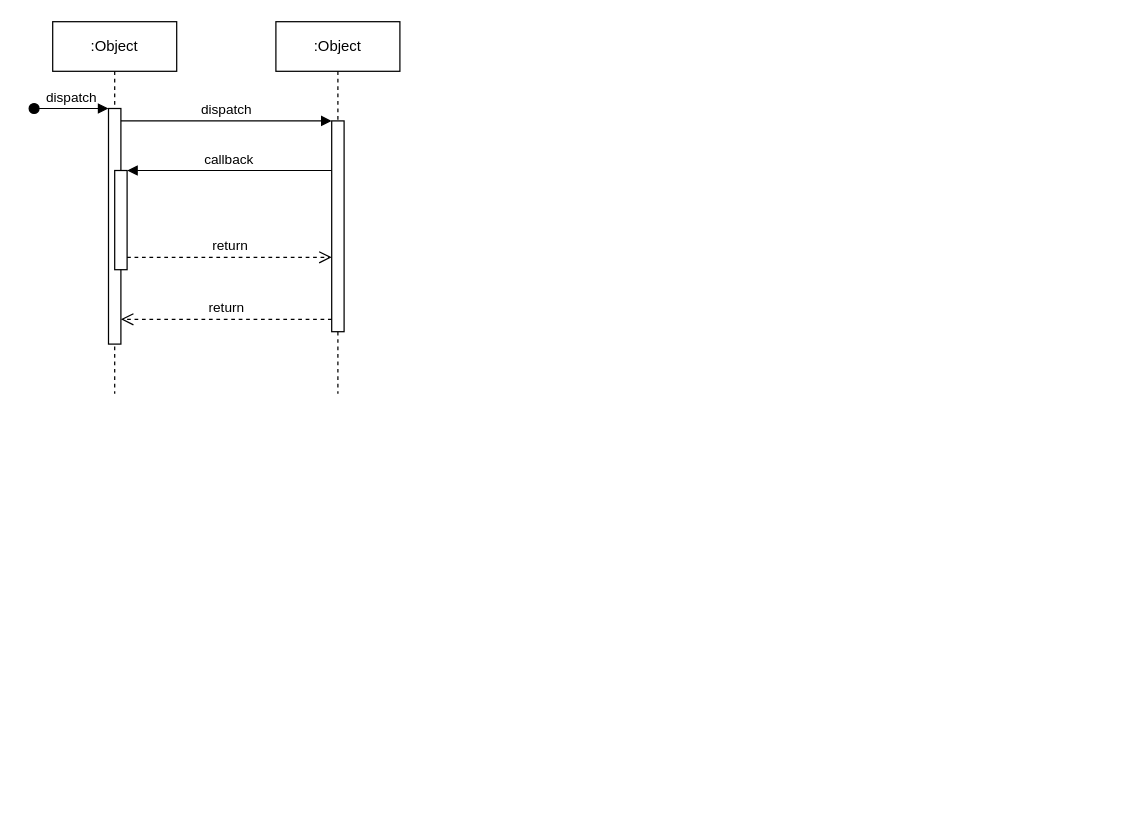
Dulara-Akalanka/Group-Software-Project keeps this draw.io diagram as sequenses diagram.drawio. Above is the earlier version. Source tidied: cells renumbered, new cells numbered last; positions are measured from the earlier drawing's top-left corner, leaving out a move shared by most shapes. Both pictures are drawn from the tidied source at 124%, with x=0, y=0 at pixel (33, 21).
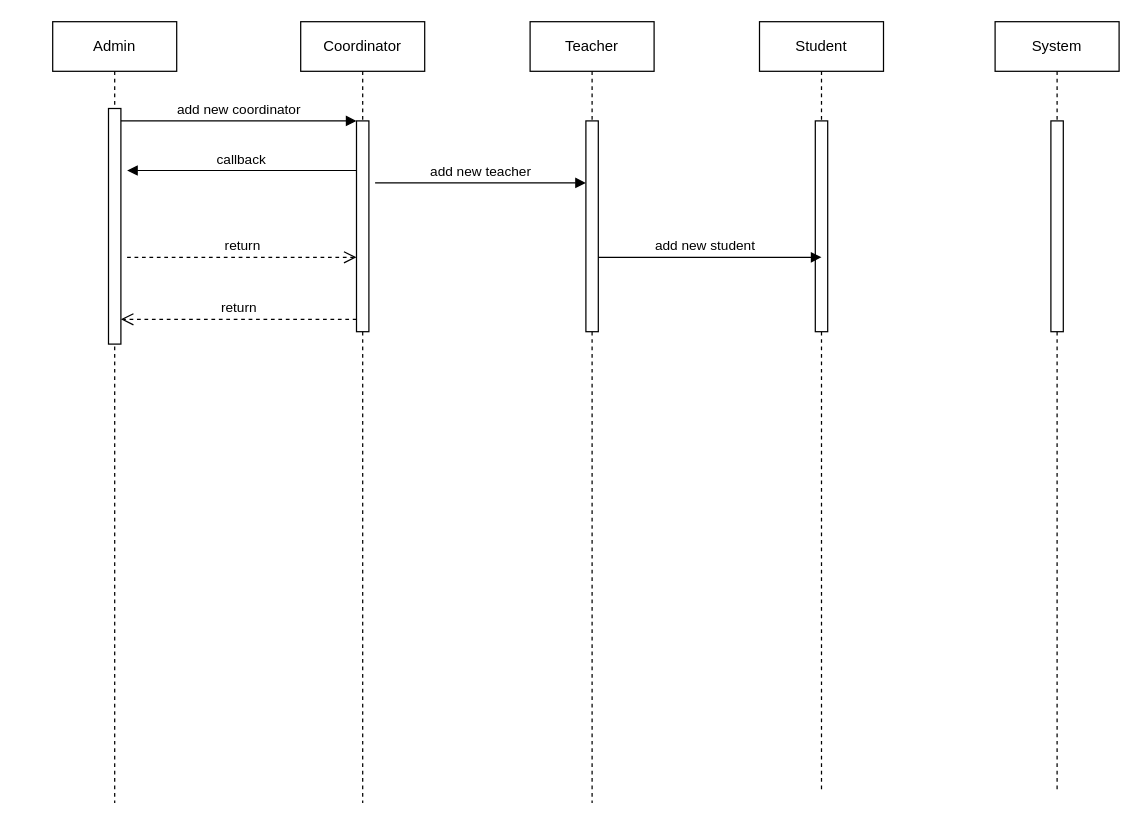
The same diagram, later.

Unchanged cells that the change refers to:
```xml
<mxCell id="3" style="html=1;points=[];perimeter=orthogonalPerimeter;outlineConnect=0;targetShapes=umlLifeline;portConstraint=eastwest;newEdgeStyle={&quot;edgeStyle&quot;:&quot;elbowEdgeStyle&quot;,&quot;elbow&quot;:&quot;vertical&quot;,&quot;curved&quot;:0,&quot;rounded&quot;:0};" parent="2" vertex="1">
  <mxGeometry x="45" y="70" width="10" height="190" as="geometry" />
</mxCell>
<mxCell id="7" style="html=1;points=[];perimeter=orthogonalPerimeter;outlineConnect=0;targetShapes=umlLifeline;portConstraint=eastwest;newEdgeStyle={&quot;edgeStyle&quot;:&quot;elbowEdgeStyle&quot;,&quot;elbow&quot;:&quot;vertical&quot;,&quot;curved&quot;:0,&quot;rounded&quot;:0};" parent="6" vertex="1">
  <mxGeometry x="45" y="80" width="10" height="170" as="geometry" />
</mxCell>
```

The edit, as a diff of the source:
```diff
@@
-    <mxCell id="2" value=":Object" style="shape=umlLifeline;perimeter=lifelinePerimeter;whiteSpace=wrap;html=1;newEdgeStyle={&quot;edgeStyle&quot;:&quot;elbowEdgeStyle&quot;,&quot;elbow&quot;:&quot;vertical&quot;,&quot;curved&quot;:0,&quot;rounded&quot;:0};" parent="1" vertex="1">
-      <mxGeometry x="15" width="100" height="300" as="geometry" />
+    <mxCell id="2" value="Admin" style="shape=umlLifeline;perimeter=lifelinePerimeter;whiteSpace=wrap;html=1;newEdgeStyle={&quot;edgeStyle&quot;:&quot;elbowEdgeStyle&quot;,&quot;elbow&quot;:&quot;vertical&quot;,&quot;curved&quot;:0,&quot;rounded&quot;:0};" parent="1" vertex="1">
+      <mxGeometry x="15" width="100" height="630" as="geometry" />
     </mxCell>
@@
-    <mxCell id="4" value="dispatch" style="html=1;verticalAlign=bottom;startArrow=oval;endArrow=block;startSize=8;edgeStyle=elbowEdgeStyle;elbow=vertical;curved=0;rounded=0;" parent="2" edge="1" target="3">
-      <mxGeometry relative="1" as="geometry">
-        <mxPoint x="-15" y="70" as="sourcePoint" />
-      </mxGeometry>
-    </mxCell>
-    <mxCell id="5" style="html=1;points=[];perimeter=orthogonalPerimeter;outlineConnect=0;targetShapes=umlLifeline;portConstraint=eastwest;newEdgeStyle={&quot;edgeStyle&quot;:&quot;elbowEdgeStyle&quot;,&quot;elbow&quot;:&quot;vertical&quot;,&quot;curved&quot;:0,&quot;rounded&quot;:0};" parent="2" vertex="1">
-      <mxGeometry x="50" y="120" width="10" height="80" as="geometry" />
-    </mxCell>
-    <mxCell id="6" value=":Object" style="shape=umlLifeline;perimeter=lifelinePerimeter;whiteSpace=wrap;html=1;newEdgeStyle={&quot;edgeStyle&quot;:&quot;elbowEdgeStyle&quot;,&quot;elbow&quot;:&quot;vertical&quot;,&quot;curved&quot;:0,&quot;rounded&quot;:0};" parent="1" vertex="1">
-      <mxGeometry x="195" width="100" height="300" as="geometry" />
+    <mxCell id="6" value="Coordinator" style="shape=umlLifeline;perimeter=lifelinePerimeter;whiteSpace=wrap;html=1;newEdgeStyle={&quot;edgeStyle&quot;:&quot;elbowEdgeStyle&quot;,&quot;elbow&quot;:&quot;vertical&quot;,&quot;curved&quot;:0,&quot;rounded&quot;:0};" parent="1" vertex="1">
+      <mxGeometry x="215" width="100" height="630" as="geometry" />
     </mxCell>
@@
-    <mxCell id="8" value="dispatch" style="html=1;verticalAlign=bottom;endArrow=block;edgeStyle=elbowEdgeStyle;elbow=vertical;curved=0;rounded=0;" parent="1" edge="1" source="3" target="7">
+    <mxCell id="8" value="add new coordinator" style="html=1;verticalAlign=bottom;endArrow=block;edgeStyle=elbowEdgeStyle;elbow=vertical;curved=0;rounded=0;" parent="1" edge="1" source="3" target="7">
       <mxGeometry relative="1" as="geometry">
         <Array as="points">
           <mxPoint x="155" y="80" />
         </Array>
       </mxGeometry>
     </mxCell>
@@
-    <mxCell id="10" value="callback" style="html=1;verticalAlign=bottom;endArrow=block;edgeStyle=elbowEdgeStyle;elbow=vertical;curved=0;rounded=0;" parent="1" edge="1" source="7" target="5">
+    <mxCell id="10" value="callback" style="html=1;verticalAlign=bottom;endArrow=block;edgeStyle=elbowEdgeStyle;elbow=vertical;curved=0;rounded=0;" parent="1" edge="1" source="7">
       <mxGeometry relative="1" as="geometry">
+        <mxPoint x="75" y="120" as="targetPoint" />
         <Array as="points">
           <mxPoint x="165" y="120" />
         </Array>
       </mxGeometry>
     </mxCell>
-    <mxCell id="11" value="return" style="html=1;verticalAlign=bottom;endArrow=open;dashed=1;endSize=8;edgeStyle=elbowEdgeStyle;elbow=vertical;curved=0;rounded=0;" parent="1" edge="1" source="5" target="7">
+    <mxCell id="11" value="return" style="html=1;verticalAlign=bottom;endArrow=open;dashed=1;endSize=8;edgeStyle=elbowEdgeStyle;elbow=vertical;curved=0;rounded=0;" parent="1" edge="1" target="7">
       <mxGeometry relative="1" as="geometry">
+        <mxPoint x="75" y="190" as="sourcePoint" />
         <Array as="points">
           <mxPoint x="155" y="190" />
         </Array>
       </mxGeometry>
     </mxCell>
+    <mxCell id="12" value="Teacher" style="shape=umlLifeline;perimeter=lifelinePerimeter;whiteSpace=wrap;html=1;newEdgeStyle={&quot;edgeStyle&quot;:&quot;elbowEdgeStyle&quot;,&quot;elbow&quot;:&quot;vertical&quot;,&quot;curved&quot;:0,&quot;rounded&quot;:0};" parent="1" vertex="1">
+      <mxGeometry x="400" width="100" height="630" as="geometry" />
+    </mxCell>
+    <mxCell id="13" style="html=1;perimeter=orthogonalPerimeter;targetShapes=umlLifeline;newEdgeStyle={&quot;edgeStyle&quot;:&quot;elbowEdgeStyle&quot;,&quot;elbow&quot;:&quot;vertical&quot;,&quot;curved&quot;:0,&quot;rounded&quot;:0};" parent="12" vertex="1">
+      <mxGeometry x="45" y="80" width="10" height="170" as="geometry" />
+    </mxCell>
+    <mxCell id="14" value="Student" style="shape=umlLifeline;perimeter=lifelinePerimeter;whiteSpace=wrap;html=1;newEdgeStyle={&quot;edgeStyle&quot;:&quot;elbowEdgeStyle&quot;,&quot;elbow&quot;:&quot;vertical&quot;,&quot;curved&quot;:0,&quot;rounded&quot;:0};" parent="1" vertex="1">
+      <mxGeometry x="585" width="100" height="620" as="geometry" />
+    </mxCell>
+    <mxCell id="15" style="html=1;perimeter=orthogonalPerimeter;targetShapes=umlLifeline;newEdgeStyle={&quot;edgeStyle&quot;:&quot;elbowEdgeStyle&quot;,&quot;elbow&quot;:&quot;vertical&quot;,&quot;curved&quot;:0,&quot;rounded&quot;:0};" parent="14" vertex="1">
+      <mxGeometry x="45" y="80" width="10" height="170" as="geometry" />
+    </mxCell>
+    <mxCell id="16" value="System" style="shape=umlLifeline;perimeter=lifelinePerimeter;whiteSpace=wrap;html=1;newEdgeStyle={&quot;edgeStyle&quot;:&quot;elbowEdgeStyle&quot;,&quot;elbow&quot;:&quot;vertical&quot;,&quot;curved&quot;:0,&quot;rounded&quot;:0};" parent="1" vertex="1">
+      <mxGeometry x="775" width="100" height="620" as="geometry" />
+    </mxCell>
+    <mxCell id="17" style="html=1;perimeter=orthogonalPerimeter;targetShapes=umlLifeline;newEdgeStyle={&quot;edgeStyle&quot;:&quot;elbowEdgeStyle&quot;,&quot;elbow&quot;:&quot;vertical&quot;,&quot;curved&quot;:0,&quot;rounded&quot;:0};" parent="16" vertex="1">
+      <mxGeometry x="45" y="80" width="10" height="170" as="geometry" />
+    </mxCell>
+    <mxCell id="18" value="add new teacher" style="html=1;verticalAlign=bottom;endArrow=block;edgeStyle=elbowEdgeStyle;elbow=vertical;curved=0;rounded=0;" parent="1" edge="1">
+      <mxGeometry relative="1" as="geometry">
+        <mxPoint x="275" y="130" as="sourcePoint" />
+        <mxPoint x="445" y="130" as="targetPoint" />
+        <Array as="points">
+          <mxPoint x="350" y="130" />
+        </Array>
+      </mxGeometry>
+    </mxCell>
+    <mxCell id="19" value="add new student" style="html=1;verticalAlign=bottom;endArrow=block;edgeStyle=elbowEdgeStyle;elbow=vertical;curved=0;rounded=0;" parent="1" edge="1">
+      <mxGeometry x="-0.05" relative="1" as="geometry">
+        <mxPoint x="455" y="190" as="sourcePoint" />
+        <mxPoint x="635" y="190" as="targetPoint" />
+        <Array as="points">
+          <mxPoint x="540" y="190" />
+        </Array>
+      </mxGeometry>
+    </mxCell>
```
